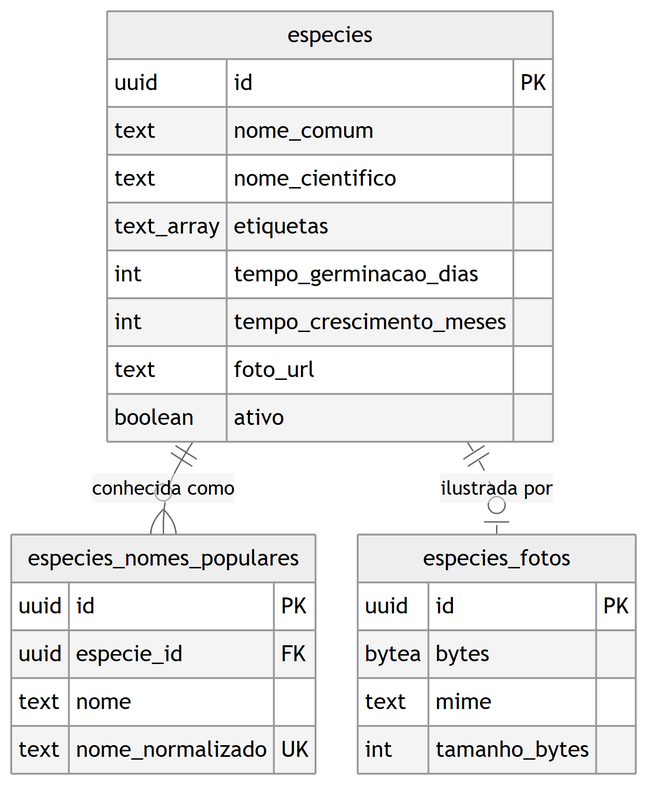
Earlier version of the Mermaid export docs/engenharia/modelo-dados-pt/img/fig09-cadastros-especie.png (JoaoMudar/tcc). Its source is kept beside it as docs/engenharia/modelo-dados-pt/mmd/fig09-cadastros-especie.mmd. Source of this version:
```mermaid
erDiagram
  especies {
    uuid id PK
    text nome_comum
    text nome_cientifico
    text_array etiquetas
    int  tempo_germinacao_dias
    int  tempo_crescimento_meses
    text foto_url
    boolean ativo
  }
  especies_nomes_populares {
    uuid id PK
    uuid especie_id FK
    text nome
    text nome_normalizado UK
  }
  especies_fotos {
    uuid id PK
    bytea bytes
    text mime
    int  tamanho_bytes
  }

  especies ||--o{ especies_nomes_populares : "conhecida como"
  especies ||..o| especies_fotos           : "ilustrada por"
```
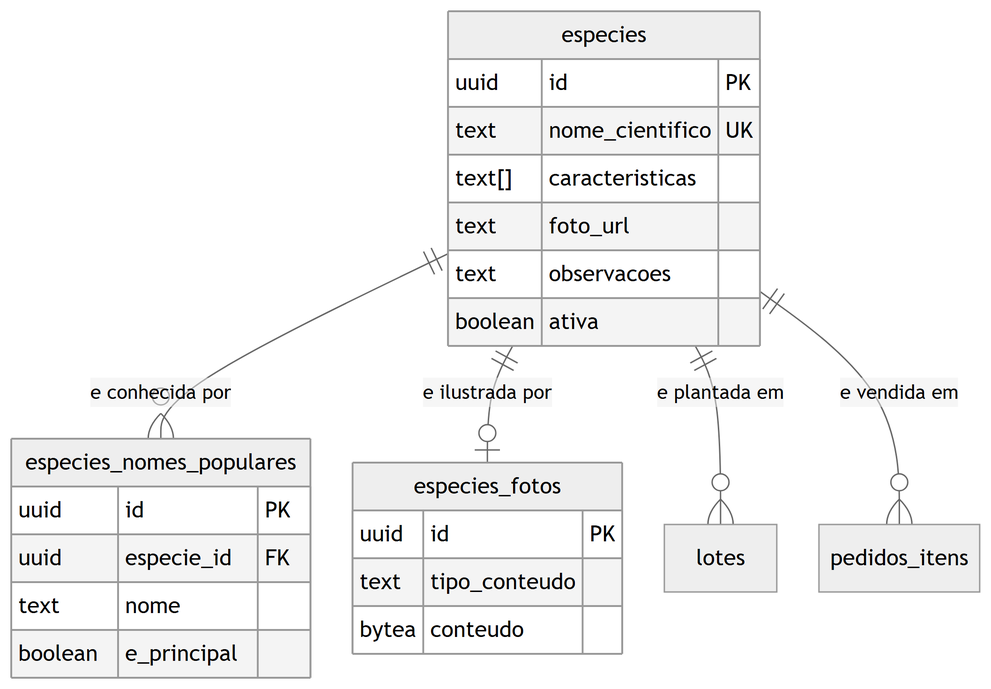
After the change.

What changed in the source:
```diff
@@ -1,26 +1,27 @@
 erDiagram
   especies {
-    uuid id PK
-    text nome_comum
-    text nome_cientifico
-    text_array etiquetas
-    int  tempo_germinacao_dias
-    int  tempo_crescimento_meses
-    text foto_url
-    boolean ativo
+    uuid    id PK
+    text    nome_cientifico UK
+    text[]  caracteristicas
+    text    foto_url
+    text    observacoes
+    boolean ativa
   }
   especies_nomes_populares {
-    uuid id PK
-    uuid especie_id FK
-    text nome
-    text nome_normalizado UK
+    uuid    id PK
+    uuid    especie_id FK
+    text    nome
+    boolean e_principal
   }
   especies_fotos {
-    uuid id PK
-    bytea bytes
-    text mime
-    int  tamanho_bytes
+    uuid  id PK
+    text  tipo_conteudo
+    bytea conteudo
   }
+  lotes {}
+  pedidos_itens {}
 
-  especies ||--o{ especies_nomes_populares : "conhecida como"
-  especies ||..o| especies_fotos           : "ilustrada por"
+  especies ||--o{ especies_nomes_populares : "e conhecida por"
+  especies ||--o| especies_fotos           : "e ilustrada por"
+  especies ||--o{ lotes                    : "e plantada em"
+  especies ||--o{ pedidos_itens            : "e vendida em"
```
